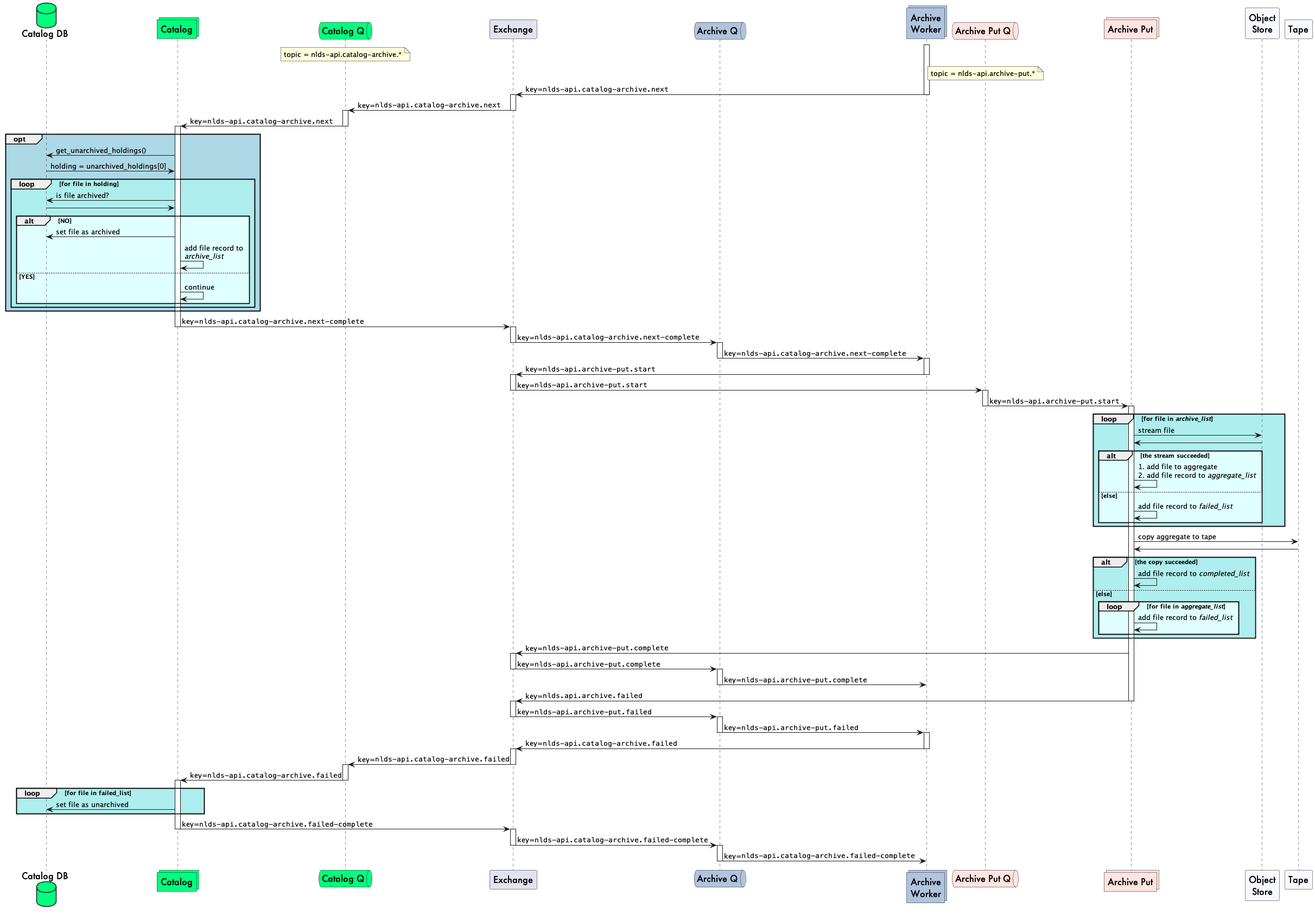
This is docs/spec/uml/message_flow_archive_put.png from cedadev/nlds, a PlantUML export, as it was before one commit. Source of this version:
```plantuml
@startuml message_flow_archive_put

skinparam participantFontSize 16
skinparam participantFontName Futura

skinparam queueFontSize 16
skinparam queueFontName Futura

skinparam actorFontSize 16
skinparam actorFontName Futura

skinparam collectionsFontSize 16
skinparam collectionsFontName Futura

skinparam DatabaseFontSize 16
skinparam DatabaseFontName Futura

database catalog_db as "Catalog DB" #springgreen
collections catalog as "Catalog" #springgreen
queue qc as "Catalog Q" #springgreen
note over qc
    topic = nlds-api.catalog-archive.*
end note

participant wex as "Exchange"

queue aq as "Archive Q" #LightSteelBlue
collections archy as "Archive\nWorker" #LightSteelBlue

queue qap as "Archive Put Q" #MistyRose
note over qap
    topic = nlds-api.archive-put.*
end note
collections archive_puts as "Archive Put" #MistyRose

participant obj as "Object\nStore" #GhostWhite

participant tape as "Tape" #GhostWhite

activate archy
archy -> wex : key=""nlds-api.catalog-archive.next""
deactivate archy

activate wex
wex->qc : key=""nlds-api.catalog-archive.next""
deactivate wex

activate qc
qc -> catalog : key=""nlds-api.catalog-archive.next""
deactivate qc

activate catalog
opt #lightblue
    catalog -> catalog_db : get_unarchived_holdings()
    catalog_db -> catalog : holding = unarchived_holdings[0]
    loop #PaleTurquoise for file in holding
        catalog -> catalog_db : is file archived?
        catalog_db -> catalog
        alt #lightcyan NO
            catalog -> catalog_db : set file as archived
            catalog -> catalog : add file record to\n//archive_list//
        else YES
            catalog -> catalog : continue
        end
    end
end
catalog -> wex : key=""nlds-api.catalog-archive.next-complete""
deactivate catalog

activate wex
wex -> aq : key=""nlds-api.catalog-archive.next-complete""
deactivate wex

activate aq
aq -> archy : key=""nlds-api.catalog-archive.next-complete""
deactivate aq

activate archy
archy -> wex : key=""nlds-api.archive-put.start""
deactivate archy

activate wex
wex -> qap : key=""nlds-api.archive-put.start""
deactivate wex

activate qap
qap -> archive_puts : key=""nlds-api.archive-put.start""
deactivate qap

activate archive_puts
loop #PaleTurquoise for file in //archive_list//
    archive_puts -> obj : stream file
    obj -> archive_puts
    alt #lightcyan the stream succeeded
        archive_puts->archive_puts : 1. add file to aggregate\n2. add file record to //aggregate_list//
    else else
        archive_puts->archive_puts : add file record to //failed_list//
    end
end

archive_puts -> tape : copy aggregate to tape
tape -> archive_puts
alt #PaleTurquoise the copy succeeded
    archive_puts -> archive_puts : add file record to //completed_list//
else else
    loop #lightcyan for file in //aggregate_list//
        archive_puts -> archive_puts : add file record to //failed_list//
    end
end
archive_puts -> wex : key=""nlds-api.archive-put.complete""
activate wex
wex -> aq : key=""nlds-api.archive-put.complete""
deactivate wex

activate aq
aq -> archy : key=""nlds-api.archive-put.complete""
deactivate aq

archive_puts -> wex : key=""nlds.api.archive.failed""
deactivate archive_puts

activate wex
wex -> aq : key=""nlds-api.archive-put.failed""
deactivate wex

activate aq
aq -> archy : key=""nlds-api.archive-put.failed""
deactivate aq

activate archy
archy -> wex : key=""nlds-api.catalog-archive.failed""
deactivate archy

activate wex
wex -> qc : key=""nlds-api.catalog-archive.failed""
deactivate wex

activate qc
qc -> catalog : key=""nlds-api.catalog-archive.failed""
deactivate qc

activate catalog
loop #PaleTurquoise for file in failed_list
catalog -> catalog_db : set file as unarchived
end
catalog -> wex : key=""nlds-api.catalog-archive.failed-complete""
deactivate catalog

activate wex
wex -> aq : key=""nlds-api.catalog-archive.failed-complete""
deactivate wex

activate aq
aq -> archy : key=""nlds-api.catalog-archive.failed-complete""
deactivate aq

@enduml
```
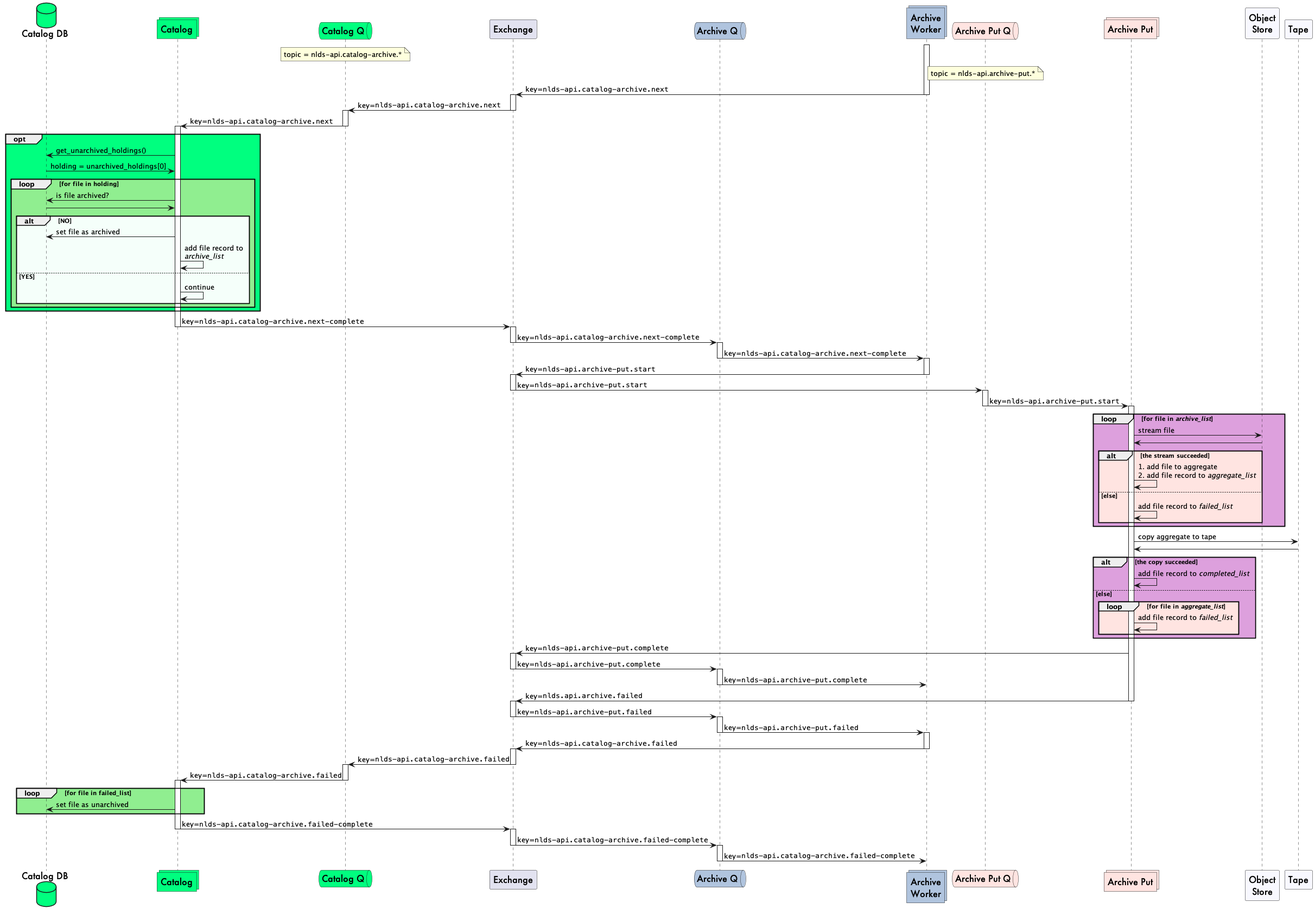
After the change.

Diff of the diagram source:
```diff
@@ -50,13 +50,13 @@
 deactivate qc
 
 activate catalog
-opt #lightblue
+opt #SpringGreen
     catalog -> catalog_db : get_unarchived_holdings()
     catalog_db -> catalog : holding = unarchived_holdings[0]
-    loop #PaleTurquoise for file in holding
+    loop #LightGreen for file in holding
         catalog -> catalog_db : is file archived?
         catalog_db -> catalog
-        alt #lightcyan NO
+        alt #MintCream NO
             catalog -> catalog_db : set file as archived
             catalog -> catalog : add file record to\n//archive_list//
         else YES
@@ -88,10 +88,10 @@
 deactivate qap
 
 activate archive_puts
-loop #PaleTurquoise for file in //archive_list//
+loop #Plum for file in //archive_list//
     archive_puts -> obj : stream file
     obj -> archive_puts
-    alt #lightcyan the stream succeeded
+    alt #MistyRose the stream succeeded
         archive_puts->archive_puts : 1. add file to aggregate\n2. add file record to //aggregate_list//
     else else
         archive_puts->archive_puts : add file record to //failed_list//
@@ -100,10 +100,10 @@
 
 archive_puts -> tape : copy aggregate to tape
 tape -> archive_puts
-alt #PaleTurquoise the copy succeeded
+alt #Plum the copy succeeded
     archive_puts -> archive_puts : add file record to //completed_list//
 else else
-    loop #lightcyan for file in //aggregate_list//
+    loop #MistyRose for file in //aggregate_list//
         archive_puts -> archive_puts : add file record to //failed_list//
     end
 end
@@ -140,7 +140,7 @@
 deactivate qc
 
 activate catalog
-loop #PaleTurquoise for file in failed_list
+loop #LightGreen for file in failed_list
 catalog -> catalog_db : set file as unarchived
 end
 catalog -> wex : key=""nlds-api.catalog-archive.failed-complete""
```
